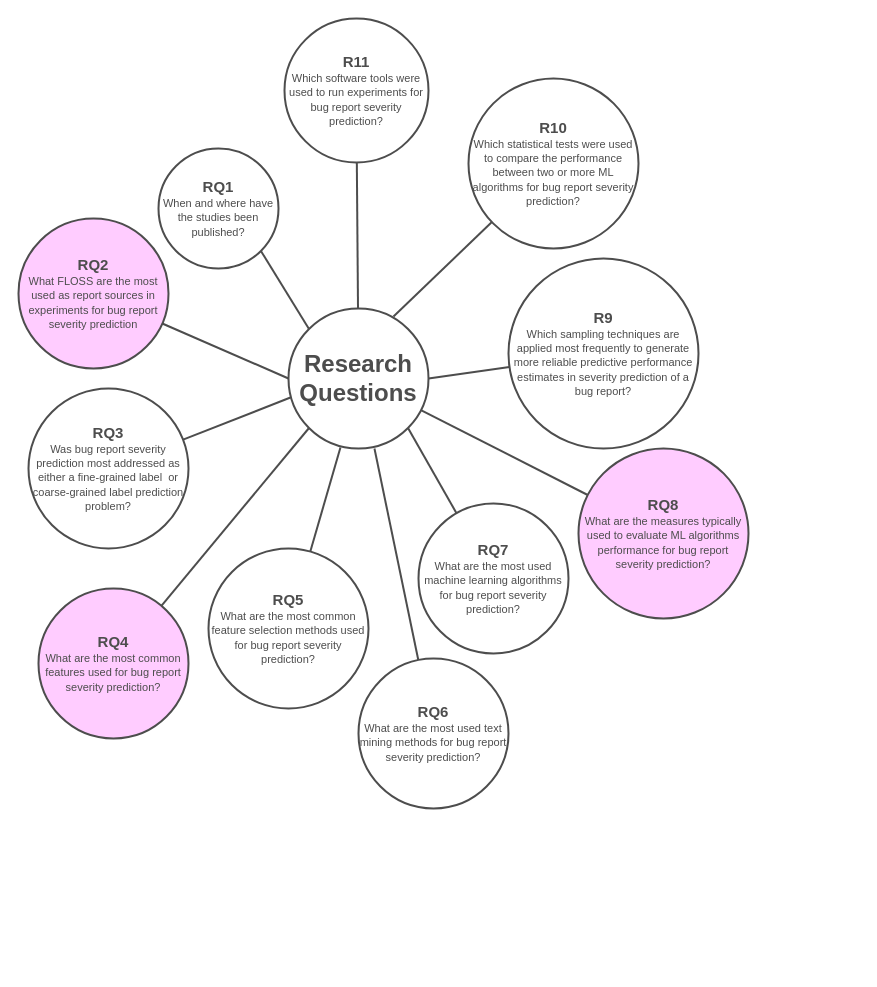
This is figures/Presentation Figures.drawio from gomesluiz/my-doctoral-presentation, a draw.io file, before an edit. Source tidied: cells renumbered, new cells numbered last; positions are measured from the earlier drawing's top-left corner, leaving out a move shared by most shapes. Both pictures are drawn from the tidied source at 100%, with x=0, y=0 at pixel (18, 18).
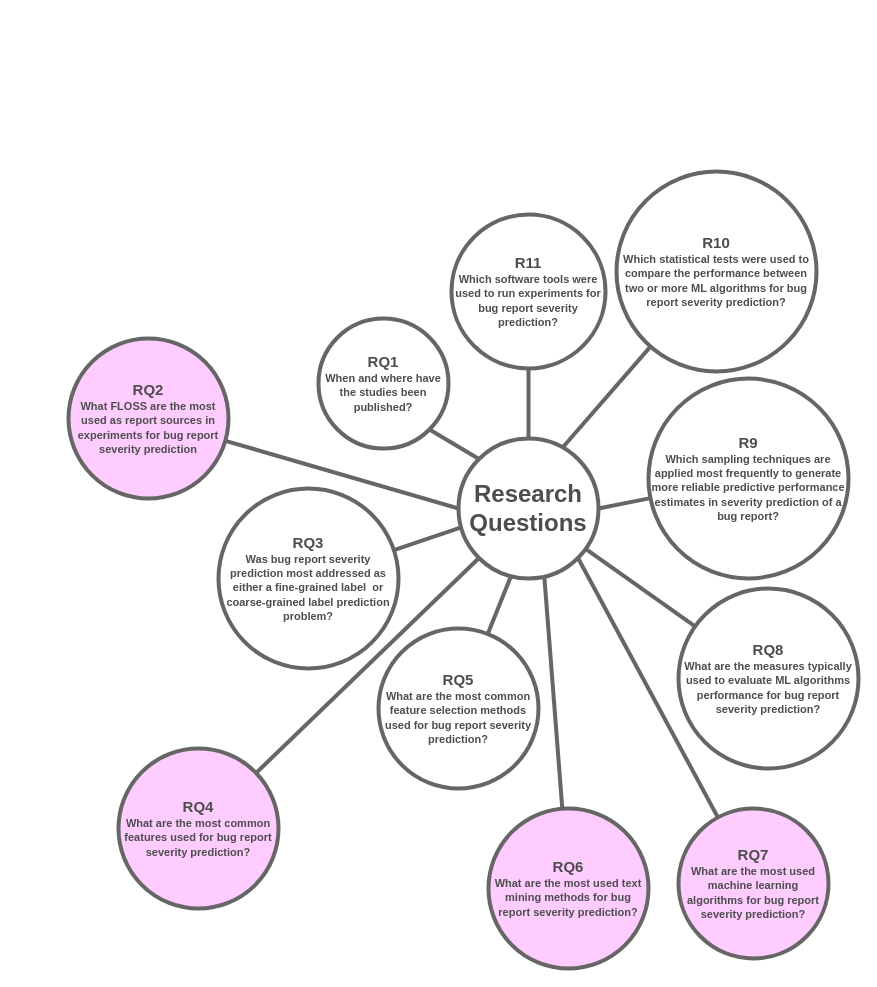
The same page after the edit.

Change to the diagram source:
```diff
@@
-    <mxCell id="2" value="&lt;font color=&quot;#4d4d4d&quot; style=&quot;font-size: 24px&quot;&gt;&lt;b&gt;Research&lt;br&gt;Questions&lt;/b&gt;&lt;/font&gt;" style="ellipse;whiteSpace=wrap;html=1;strokeWidth=2;strokeColor=#4D4D4D;" parent="1" vertex="1">
-      <mxGeometry x="270" y="290" width="140" height="140" as="geometry" />
+    <mxCell id="2" value="&lt;font color=&quot;#4d4d4d&quot; style=&quot;font-size: 24px&quot;&gt;&lt;b&gt;Research&lt;br&gt;Questions&lt;/b&gt;&lt;/font&gt;" style="ellipse;whiteSpace=wrap;html=1;strokeWidth=4;strokeColor=#666666;" parent="1" vertex="1">
+      <mxGeometry x="440" y="420" width="140" height="140" as="geometry" />
     </mxCell>
-    <mxCell id="3" style="rounded=0;jettySize=auto;html=1;entryX=0;entryY=0.5;entryDx=0;entryDy=0;endArrow=none;endFill=0;strokeWidth=2;strokeColor=#4D4D4D;" parent="1" edge="1" source="4" target="2">
+    <mxCell id="3" style="rounded=0;jettySize=auto;html=1;entryX=0;entryY=0.5;entryDx=0;entryDy=0;endArrow=none;endFill=0;strokeWidth=4;strokeColor=#666666;" parent="1" edge="1" source="4" target="2">
       <mxGeometry relative="1" as="geometry" />
     </mxCell>
-    <mxCell id="4" value="&lt;font color=&quot;#4d4d4d&quot; style=&quot;font-size: 11px&quot;&gt;&lt;b&gt;&lt;span style=&quot;font-size: 15px&quot;&gt;RQ2&lt;/span&gt;&lt;font style=&quot;font-size: 11px&quot;&gt;&lt;br&gt;&lt;/font&gt;&lt;/b&gt;&lt;/font&gt;&lt;font color=&quot;#4d4d4d&quot;&gt;&lt;span style=&quot;font-size: 11px&quot;&gt;What FLOSS are the most used as report sources in experiments for bug report severity prediction&lt;/span&gt;&lt;/font&gt;" style="ellipse;whiteSpace=wrap;html=1;strokeWidth=2;strokeColor=#4D4D4D;fillColor=#FFCCFF;" parent="1" vertex="1">
-      <mxGeometry y="200" width="150" height="150" as="geometry" />
+    <mxCell id="4" value="&lt;font color=&quot;#4d4d4d&quot; style=&quot;font-size: 11px&quot;&gt;&lt;b&gt;&lt;span style=&quot;font-size: 15px&quot;&gt;RQ2&lt;/span&gt;&lt;font style=&quot;font-size: 11px&quot;&gt;&lt;br&gt;&lt;/font&gt;&lt;/b&gt;&lt;/font&gt;&lt;font color=&quot;#4d4d4d&quot;&gt;&lt;span style=&quot;font-size: 11px&quot;&gt;&lt;b&gt;What FLOSS are the most used as report sources in experiments for bug report severity prediction&lt;/b&gt;&lt;/span&gt;&lt;/font&gt;" style="ellipse;whiteSpace=wrap;html=1;strokeWidth=4;fillColor=#FFCCFF;strokeColor=#666666;" parent="1" vertex="1">
+      <mxGeometry x="50" y="320" width="160" height="160" as="geometry" />
     </mxCell>
-    <mxCell id="5" style="edgeStyle=none;rounded=0;jettySize=auto;html=1;entryX=0.014;entryY=0.636;entryDx=0;entryDy=0;endArrow=none;endFill=0;strokeColor=#4D4D4D;strokeWidth=2;entryPerimeter=0;" parent="1" edge="1" source="6" target="2">
+    <mxCell id="5" style="edgeStyle=none;rounded=0;jettySize=auto;html=1;entryX=0.014;entryY=0.636;entryDx=0;entryDy=0;endArrow=none;endFill=0;strokeWidth=4;entryPerimeter=0;strokeColor=#666666;" parent="1" edge="1" source="6" target="2">
       <mxGeometry relative="1" as="geometry" />
     </mxCell>
-    <mxCell id="6" value="&lt;font color=&quot;#4d4d4d&quot; style=&quot;font-size: 11px&quot;&gt;&lt;b&gt;&lt;span style=&quot;font-size: 15px&quot;&gt;RQ3&lt;/span&gt;&lt;font style=&quot;font-size: 11px&quot;&gt;&lt;br&gt;&lt;/font&gt;&lt;/b&gt;&lt;/font&gt;&lt;font color=&quot;#4d4d4d&quot;&gt;&lt;span style=&quot;font-size: 11px&quot;&gt;Was bug report severity prediction most addressed as either a fine-grained label&amp;nbsp; or coarse-grained label prediction problem?&lt;/span&gt;&lt;/font&gt;" style="ellipse;whiteSpace=wrap;html=1;strokeWidth=2;strokeColor=#4D4D4D;" parent="1" vertex="1">
-      <mxGeometry x="10" y="370" width="160" height="160" as="geometry" />
+    <mxCell id="6" value="&lt;font color=&quot;#4d4d4d&quot; style=&quot;font-size: 11px&quot;&gt;&lt;b&gt;&lt;span style=&quot;font-size: 15px&quot;&gt;RQ3&lt;/span&gt;&lt;font style=&quot;font-size: 11px&quot;&gt;&lt;br&gt;&lt;/font&gt;&lt;/b&gt;&lt;/font&gt;&lt;font color=&quot;#4d4d4d&quot;&gt;&lt;span style=&quot;font-size: 11px&quot;&gt;&lt;b&gt;Was bug report severity prediction most addressed as either a fine-grained label&amp;nbsp; or coarse-grained label prediction problem?&lt;/b&gt;&lt;/span&gt;&lt;/font&gt;" style="ellipse;whiteSpace=wrap;html=1;strokeWidth=4;strokeColor=#666666;" parent="1" vertex="1">
+      <mxGeometry x="200" y="470" width="180" height="180" as="geometry" />
     </mxCell>
-    <mxCell id="7" style="edgeStyle=none;rounded=0;jettySize=auto;html=1;entryX=0;entryY=1;entryDx=0;entryDy=0;endArrow=none;endFill=0;strokeColor=#4D4D4D;strokeWidth=2;" parent="1" edge="1" source="8" target="2">
+    <mxCell id="7" style="edgeStyle=none;rounded=0;jettySize=auto;html=1;entryX=0;entryY=1;entryDx=0;entryDy=0;endArrow=none;endFill=0;strokeWidth=4;strokeColor=#666666;" parent="1" edge="1" source="8" target="2">
       <mxGeometry relative="1" as="geometry" />
     </mxCell>
-    <mxCell id="8" value="&lt;font color=&quot;#4d4d4d&quot; style=&quot;font-size: 11px&quot;&gt;&lt;b&gt;&lt;span style=&quot;font-size: 15px&quot;&gt;RQ4&lt;/span&gt;&lt;font style=&quot;font-size: 11px&quot;&gt;&lt;br&gt;&lt;/font&gt;&lt;/b&gt;&lt;/font&gt;&lt;font color=&quot;#4d4d4d&quot;&gt;&lt;span style=&quot;font-size: 11px&quot;&gt;What are the most common features used for bug report severity prediction?&lt;/span&gt;&lt;/font&gt;" style="ellipse;whiteSpace=wrap;html=1;strokeWidth=2;strokeColor=#4D4D4D;fillColor=#FFCCFF;" parent="1" vertex="1">
-      <mxGeometry x="20" y="570" width="150" height="150" as="geometry" />
+    <mxCell id="8" value="&lt;font color=&quot;#4d4d4d&quot; style=&quot;font-size: 11px&quot;&gt;&lt;b&gt;&lt;span style=&quot;font-size: 15px&quot;&gt;RQ4&lt;/span&gt;&lt;font style=&quot;font-size: 11px&quot;&gt;&lt;br&gt;&lt;/font&gt;&lt;/b&gt;&lt;/font&gt;&lt;font color=&quot;#4d4d4d&quot;&gt;&lt;span style=&quot;font-size: 11px&quot;&gt;&lt;b&gt;What are the most common features used for bug report severity prediction?&lt;/b&gt;&lt;/span&gt;&lt;/font&gt;" style="ellipse;whiteSpace=wrap;html=1;strokeWidth=4;fillColor=#FFCCFF;strokeColor=#666666;" parent="1" vertex="1">
+      <mxGeometry x="100" y="730" width="160" height="160" as="geometry" />
     </mxCell>
-    <mxCell id="9" style="edgeStyle=none;rounded=0;jettySize=auto;html=1;entryX=0.371;entryY=0.993;entryDx=0;entryDy=0;endArrow=none;endFill=0;strokeColor=#4D4D4D;strokeWidth=2;entryPerimeter=0;" parent="1" edge="1" source="10" target="2">
+    <mxCell id="9" style="edgeStyle=none;rounded=0;jettySize=auto;html=1;entryX=0.371;entryY=0.993;entryDx=0;entryDy=0;endArrow=none;endFill=0;strokeWidth=4;entryPerimeter=0;strokeColor=#666666;" parent="1" edge="1" source="10" target="2">
       <mxGeometry relative="1" as="geometry" />
     </mxCell>
-    <mxCell id="10" value="&lt;font color=&quot;#4d4d4d&quot; style=&quot;font-size: 11px&quot;&gt;&lt;b&gt;&lt;span style=&quot;font-size: 15px&quot;&gt;RQ5&lt;/span&gt;&lt;font style=&quot;font-size: 11px&quot;&gt;&lt;br&gt;&lt;/font&gt;&lt;/b&gt;&lt;/font&gt;&lt;font color=&quot;#4d4d4d&quot;&gt;&lt;span style=&quot;font-size: 11px&quot;&gt;What are the most common feature selection methods used for bug report severity prediction?&lt;/span&gt;&lt;/font&gt;" style="ellipse;whiteSpace=wrap;html=1;strokeWidth=2;strokeColor=#4D4D4D;" parent="1" vertex="1">
-      <mxGeometry x="190" y="530" width="160" height="160" as="geometry" />
+    <mxCell id="10" value="&lt;font color=&quot;#4d4d4d&quot; style=&quot;font-size: 11px&quot;&gt;&lt;b&gt;&lt;span style=&quot;font-size: 15px&quot;&gt;RQ5&lt;/span&gt;&lt;font style=&quot;font-size: 11px&quot;&gt;&lt;br&gt;&lt;/font&gt;&lt;/b&gt;&lt;/font&gt;&lt;font color=&quot;#4d4d4d&quot;&gt;&lt;span style=&quot;font-size: 11px&quot;&gt;&lt;b&gt;What are the most common feature selection methods used for bug report severity prediction?&lt;/b&gt;&lt;/span&gt;&lt;/font&gt;" style="ellipse;whiteSpace=wrap;html=1;strokeWidth=4;strokeColor=#666666;" parent="1" vertex="1">
+      <mxGeometry x="360" y="610" width="160" height="160" as="geometry" />
     </mxCell>
-    <mxCell id="11" style="edgeStyle=none;rounded=0;jettySize=auto;html=1;entryX=0.614;entryY=1;entryDx=0;entryDy=0;endArrow=none;endFill=0;strokeColor=#4D4D4D;strokeWidth=2;entryPerimeter=0;" parent="1" edge="1" source="12" target="2">
+    <mxCell id="11" style="edgeStyle=none;rounded=0;jettySize=auto;html=1;entryX=0.614;entryY=1;entryDx=0;entryDy=0;endArrow=none;endFill=0;strokeWidth=4;entryPerimeter=0;strokeColor=#666666;" parent="1" edge="1" source="12" target="2">
       <mxGeometry relative="1" as="geometry" />
     </mxCell>
-    <mxCell id="12" value="&lt;font color=&quot;#4d4d4d&quot; style=&quot;font-size: 11px&quot;&gt;&lt;b&gt;&lt;span style=&quot;font-size: 15px&quot;&gt;RQ6&lt;/span&gt;&lt;font style=&quot;font-size: 11px&quot;&gt;&lt;br&gt;&lt;/font&gt;&lt;/b&gt;&lt;/font&gt;&lt;font color=&quot;#4d4d4d&quot;&gt;&lt;span style=&quot;font-size: 11px&quot;&gt;What are the most used text mining methods for bug report severity prediction?&lt;/span&gt;&lt;/font&gt;" style="ellipse;whiteSpace=wrap;html=1;strokeWidth=2;strokeColor=#4D4D4D;" parent="1" vertex="1">
-      <mxGeometry x="340" y="640" width="150" height="150" as="geometry" />
+    <mxCell id="12" value="&lt;font color=&quot;#4d4d4d&quot; style=&quot;font-size: 11px&quot;&gt;&lt;b&gt;&lt;span style=&quot;font-size: 15px&quot;&gt;RQ6&lt;/span&gt;&lt;font style=&quot;font-size: 11px&quot;&gt;&lt;br&gt;&lt;/font&gt;&lt;/b&gt;&lt;/font&gt;&lt;font color=&quot;#4d4d4d&quot;&gt;&lt;span style=&quot;font-size: 11px&quot;&gt;&lt;b&gt;What are the most used text mining methods for bug report severity prediction?&lt;/b&gt;&lt;/span&gt;&lt;/font&gt;" style="ellipse;whiteSpace=wrap;html=1;strokeWidth=4;strokeColor=#666666;fillColor=#FFCCFF;" parent="1" vertex="1">
+      <mxGeometry x="470" y="790" width="160" height="160" as="geometry" />
     </mxCell>
-    <mxCell id="13" style="edgeStyle=none;rounded=0;jettySize=auto;html=1;entryX=1;entryY=1;entryDx=0;entryDy=0;endArrow=none;endFill=0;strokeColor=#4D4D4D;strokeWidth=2;" parent="1" edge="1" source="14" target="2">
+    <mxCell id="13" style="edgeStyle=none;rounded=0;jettySize=auto;html=1;entryX=1;entryY=1;entryDx=0;entryDy=0;endArrow=none;endFill=0;strokeWidth=4;strokeColor=#666666;" parent="1" edge="1" source="14" target="2">
       <mxGeometry relative="1" as="geometry" />
     </mxCell>
-    <mxCell id="14" value="&lt;font color=&quot;#4d4d4d&quot; style=&quot;font-size: 11px&quot;&gt;&lt;b&gt;&lt;span style=&quot;font-size: 15px&quot;&gt;RQ7&lt;/span&gt;&lt;font style=&quot;font-size: 11px&quot;&gt;&lt;br&gt;&lt;/font&gt;&lt;/b&gt;&lt;/font&gt;&lt;font color=&quot;#4d4d4d&quot;&gt;&lt;span style=&quot;font-size: 11px&quot;&gt;What are the most used machine learning algorithms for bug report severity prediction?&lt;/span&gt;&lt;/font&gt;" style="ellipse;whiteSpace=wrap;html=1;strokeWidth=2;strokeColor=#4D4D4D;" parent="1" vertex="1">
-      <mxGeometry x="400" y="485" width="150" height="150" as="geometry" />
+    <mxCell id="14" value="&lt;font color=&quot;#4d4d4d&quot; style=&quot;font-size: 11px&quot;&gt;&lt;b&gt;&lt;span style=&quot;font-size: 15px&quot;&gt;RQ7&lt;/span&gt;&lt;font style=&quot;font-size: 11px&quot;&gt;&lt;br&gt;&lt;/font&gt;&lt;/b&gt;&lt;/font&gt;&lt;font color=&quot;#4d4d4d&quot;&gt;&lt;span style=&quot;font-size: 11px&quot;&gt;&lt;b&gt;What are the most used machine learning algorithms for bug report severity prediction?&lt;/b&gt;&lt;/span&gt;&lt;/font&gt;" style="ellipse;whiteSpace=wrap;html=1;strokeWidth=4;strokeColor=#666666;fillColor=#FFCCFF;" parent="1" vertex="1">
+      <mxGeometry x="660" y="790" width="150" height="150" as="geometry" />
     </mxCell>
-    <mxCell id="15" style="edgeStyle=none;rounded=0;jettySize=auto;html=1;endArrow=none;endFill=0;strokeColor=#4D4D4D;strokeWidth=2;" parent="1" edge="1" source="16" target="2">
+    <mxCell id="15" style="edgeStyle=none;rounded=0;jettySize=auto;html=1;endArrow=none;endFill=0;strokeWidth=4;strokeColor=#666666;" parent="1" edge="1" source="16" target="2">
       <mxGeometry relative="1" as="geometry" />
     </mxCell>
-    <mxCell id="16" value="&lt;font color=&quot;#4d4d4d&quot; style=&quot;font-size: 11px&quot;&gt;&lt;b&gt;&lt;span style=&quot;font-size: 15px&quot;&gt;RQ8&lt;/span&gt;&lt;font style=&quot;font-size: 11px&quot;&gt;&lt;br&gt;&lt;/font&gt;&lt;/b&gt;&lt;/font&gt;&lt;font color=&quot;#4d4d4d&quot;&gt;&lt;span style=&quot;font-size: 11px&quot;&gt;What are the measures typically used to evaluate ML algorithms performance for bug report severity prediction?&lt;/span&gt;&lt;/font&gt;" style="ellipse;whiteSpace=wrap;html=1;strokeWidth=2;strokeColor=#4D4D4D;fillColor=#FFCCFF;" parent="1" vertex="1">
-      <mxGeometry x="560" y="430" width="170" height="170" as="geometry" />
+    <mxCell id="16" value="&lt;font color=&quot;#4d4d4d&quot; style=&quot;font-size: 11px&quot;&gt;&lt;b&gt;&lt;span style=&quot;font-size: 15px&quot;&gt;RQ8&lt;/span&gt;&lt;font style=&quot;font-size: 11px&quot;&gt;&lt;br&gt;&lt;/font&gt;&lt;/b&gt;&lt;/font&gt;&lt;font color=&quot;#4d4d4d&quot;&gt;&lt;span style=&quot;font-size: 11px&quot;&gt;&lt;b&gt;What are the measures typically used to evaluate ML algorithms performance for bug report severity prediction?&lt;/b&gt;&lt;/span&gt;&lt;/font&gt;" style="ellipse;whiteSpace=wrap;html=1;strokeWidth=4;strokeColor=#666666;fillColor=#FFFFFF;" parent="1" vertex="1">
+      <mxGeometry x="660" y="570" width="180" height="180" as="geometry" />
     </mxCell>
-    <mxCell id="17" style="edgeStyle=none;rounded=0;jettySize=auto;html=1;entryX=1;entryY=0.5;entryDx=0;entryDy=0;endArrow=none;endFill=0;strokeColor=#4D4D4D;strokeWidth=2;" parent="1" edge="1" source="18" target="2">
+    <mxCell id="17" style="edgeStyle=none;rounded=0;jettySize=auto;html=1;entryX=1;entryY=0.5;entryDx=0;entryDy=0;endArrow=none;endFill=0;strokeWidth=4;strokeColor=#666666;" parent="1" edge="1" source="18" target="2">
       <mxGeometry relative="1" as="geometry" />
     </mxCell>
-    <mxCell id="18" value="&lt;font color=&quot;#4d4d4d&quot; style=&quot;font-size: 11px&quot;&gt;&lt;b&gt;&lt;span style=&quot;font-size: 15px&quot;&gt;R9&lt;/span&gt;&lt;font style=&quot;font-size: 11px&quot;&gt;&lt;br&gt;&lt;/font&gt;&lt;/b&gt;&lt;/font&gt;&lt;font color=&quot;#4d4d4d&quot;&gt;&lt;span style=&quot;font-size: 11px&quot;&gt;Which sampling techniques are applied most frequently to generate more reliable predictive performance estimates in severity prediction of a bug report?&lt;/span&gt;&lt;/font&gt;" style="ellipse;whiteSpace=wrap;html=1;strokeWidth=2;strokeColor=#4D4D4D;" parent="1" vertex="1">
-      <mxGeometry x="490" y="240" width="190" height="190" as="geometry" />
+    <mxCell id="18" value="&lt;font color=&quot;#4d4d4d&quot; style=&quot;font-size: 11px&quot;&gt;&lt;b&gt;&lt;span style=&quot;font-size: 15px&quot;&gt;R9&lt;/span&gt;&lt;font style=&quot;font-size: 11px&quot;&gt;&lt;br&gt;&lt;/font&gt;&lt;/b&gt;&lt;/font&gt;&lt;font color=&quot;#4d4d4d&quot;&gt;&lt;span style=&quot;font-size: 11px&quot;&gt;&lt;b&gt;Which sampling techniques are applied most frequently to generate more reliable predictive performance estimates in severity prediction of a bug report?&lt;/b&gt;&lt;/span&gt;&lt;/font&gt;" style="ellipse;whiteSpace=wrap;html=1;strokeWidth=4;strokeColor=#666666;" parent="1" vertex="1">
+      <mxGeometry x="630" y="360" width="200" height="200" as="geometry" />
     </mxCell>
-    <mxCell id="19" style="edgeStyle=none;rounded=0;jettySize=auto;html=1;entryX=0.75;entryY=0.057;entryDx=0;entryDy=0;endArrow=none;endFill=0;strokeColor=#4D4D4D;strokeWidth=2;entryPerimeter=0;" parent="1" edge="1" source="20" target="2">
+    <mxCell id="19" style="edgeStyle=none;rounded=0;jettySize=auto;html=1;entryX=0.75;entryY=0.057;entryDx=0;entryDy=0;endArrow=none;endFill=0;strokeWidth=4;entryPerimeter=0;strokeColor=#666666;" parent="1" edge="1" source="20" target="2">
       <mxGeometry relative="1" as="geometry" />
     </mxCell>
-    <mxCell id="20" value="&lt;font color=&quot;#4d4d4d&quot; style=&quot;font-size: 11px&quot;&gt;&lt;b&gt;&lt;span style=&quot;font-size: 15px&quot;&gt;R10&lt;/span&gt;&lt;font style=&quot;font-size: 11px&quot;&gt;&lt;br&gt;&lt;/font&gt;&lt;/b&gt;&lt;/font&gt;&lt;font color=&quot;#4d4d4d&quot;&gt;&lt;span style=&quot;font-size: 11px&quot;&gt;Which statistical tests were used to compare the performance between two or more ML algorithms for bug report severity prediction?&lt;/span&gt;&lt;/font&gt;" style="ellipse;whiteSpace=wrap;html=1;strokeWidth=2;strokeColor=#4D4D4D;" parent="1" vertex="1">
-      <mxGeometry x="450" y="60" width="170" height="170" as="geometry" />
+    <mxCell id="20" value="&lt;font color=&quot;#4d4d4d&quot; style=&quot;font-size: 11px&quot;&gt;&lt;b&gt;&lt;span style=&quot;font-size: 15px&quot;&gt;R10&lt;/span&gt;&lt;font style=&quot;font-size: 11px&quot;&gt;&lt;br&gt;&lt;/font&gt;&lt;/b&gt;&lt;/font&gt;&lt;font color=&quot;#4d4d4d&quot;&gt;&lt;span style=&quot;font-size: 11px&quot;&gt;&lt;b&gt;Which statistical tests were used to compare the performance between two or more ML algorithms for bug report severity prediction?&lt;/b&gt;&lt;/span&gt;&lt;/font&gt;" style="ellipse;whiteSpace=wrap;html=1;strokeWidth=4;strokeColor=#666666;" parent="1" vertex="1">
+      <mxGeometry x="598" y="153" width="200" height="200" as="geometry" />
     </mxCell>
-    <mxCell id="21" style="edgeStyle=none;rounded=0;jettySize=auto;html=1;endArrow=none;endFill=0;strokeColor=#4D4D4D;strokeWidth=2;" parent="1" edge="1" source="22" target="2">
+    <mxCell id="21" style="edgeStyle=none;rounded=0;jettySize=auto;html=1;endArrow=none;endFill=0;strokeWidth=4;strokeColor=#666666;" parent="1" edge="1" source="22" target="2">
       <mxGeometry relative="1" as="geometry" />
     </mxCell>
-    <mxCell id="22" value="&lt;font color=&quot;#4d4d4d&quot; style=&quot;font-size: 11px&quot;&gt;&lt;b&gt;&lt;span style=&quot;font-size: 15px&quot;&gt;R11&lt;br&gt;&lt;/span&gt;&lt;/b&gt;&lt;/font&gt;&lt;font color=&quot;#4d4d4d&quot;&gt;&lt;span style=&quot;font-size: 11px&quot;&gt;Which software tools were used to run experiments for bug report severity prediction?&lt;/span&gt;&lt;/font&gt;" style="ellipse;whiteSpace=wrap;html=1;strokeWidth=2;strokeColor=#4D4D4D;" parent="1" vertex="1">
-      <mxGeometry x="266" width="144" height="144" as="geometry" />
+    <mxCell id="22" value="&lt;font color=&quot;#4d4d4d&quot; style=&quot;font-size: 11px&quot;&gt;&lt;b&gt;&lt;span style=&quot;font-size: 15px&quot;&gt;R11&lt;br&gt;&lt;/span&gt;&lt;/b&gt;&lt;/font&gt;&lt;font color=&quot;#4d4d4d&quot;&gt;&lt;span style=&quot;font-size: 11px&quot;&gt;&lt;b&gt;Which software tools were used to run experiments for bug report severity prediction?&lt;/b&gt;&lt;/span&gt;&lt;/font&gt;" style="ellipse;whiteSpace=wrap;html=1;strokeWidth=4;strokeColor=#666666;" parent="1" vertex="1">
+      <mxGeometry x="433" y="196" width="154" height="154" as="geometry" />
     </mxCell>
-    <mxCell id="23" style="edgeStyle=none;rounded=0;jettySize=auto;html=1;entryX=0;entryY=0;entryDx=0;entryDy=0;endArrow=none;endFill=0;strokeColor=#4D4D4D;strokeWidth=2;exitX=1;exitY=1;exitDx=0;exitDy=0;" parent="1" edge="1" source="24" target="2">
+    <mxCell id="23" style="edgeStyle=none;rounded=0;jettySize=auto;html=1;entryX=0;entryY=0;entryDx=0;entryDy=0;endArrow=none;endFill=0;strokeWidth=4;exitX=1;exitY=1;exitDx=0;exitDy=0;strokeColor=#666666;" parent="1" edge="1" source="24" target="2">
       <mxGeometry relative="1" as="geometry" />
     </mxCell>
-    <mxCell id="24" value="&lt;font color=&quot;#4d4d4d&quot; style=&quot;font-size: 11px&quot;&gt;&lt;b&gt;&lt;span style=&quot;font-size: 15px&quot;&gt;RQ1&lt;/span&gt;&lt;font style=&quot;font-size: 11px&quot;&gt;&lt;br&gt;&lt;/font&gt;&lt;/b&gt;&lt;/font&gt;&lt;font style=&quot;font-size: 11px&quot; color=&quot;#4d4d4d&quot;&gt;When and where have the studies been published?&lt;/font&gt;" style="ellipse;whiteSpace=wrap;html=1;strokeWidth=2;strokeColor=#4D4D4D;" parent="1" vertex="1">
-      <mxGeometry x="140" y="130" width="120" height="120" as="geometry" />
+    <mxCell id="24" value="&lt;font color=&quot;#4d4d4d&quot; style=&quot;font-size: 11px&quot;&gt;&lt;b&gt;&lt;span style=&quot;font-size: 15px&quot;&gt;RQ1&lt;/span&gt;&lt;font style=&quot;font-size: 11px&quot;&gt;&lt;br&gt;&lt;/font&gt;&lt;/b&gt;&lt;/font&gt;&lt;font style=&quot;font-size: 11px&quot; color=&quot;#4d4d4d&quot;&gt;&lt;b&gt;When and where have the studies been published?&lt;/b&gt;&lt;/font&gt;" style="ellipse;whiteSpace=wrap;html=1;strokeWidth=4;strokeColor=#666666;" parent="1" vertex="1">
+      <mxGeometry x="300" y="300" width="130" height="130" as="geometry" />
     </mxCell>
```
